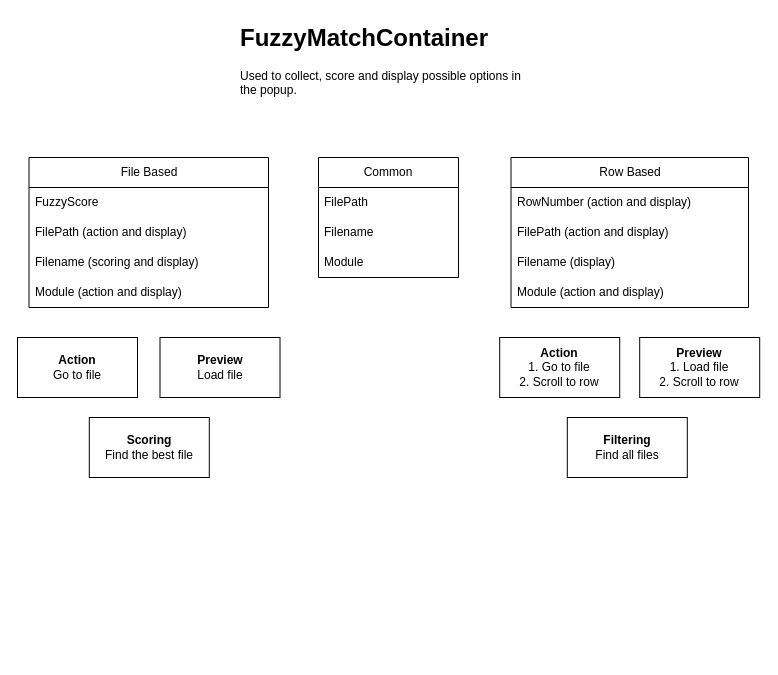
Above: assets/ContainerComparison.drawio in MituuZ/fuzzier (draw.io), before the change. Source tidied: cells renumbered, new cells numbered last; positions are measured from the earlier drawing's top-left corner, leaving out a move shared by most shapes. Both pictures are drawn from the tidied source at 100%, with x=0, y=0 at pixel (17, 17).
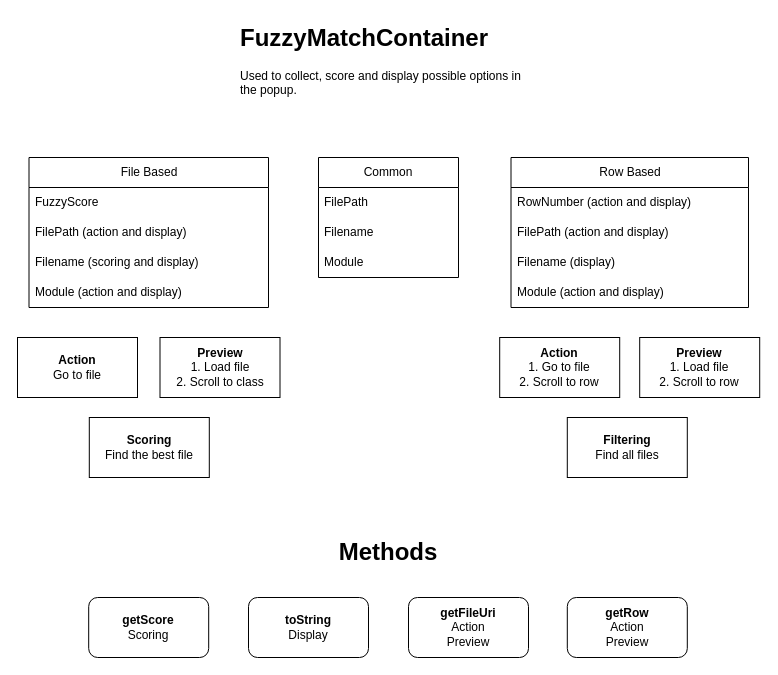
Above is the later version.

Commit message:
List methods

The edit, as a diff of the source:
```diff
@@
-    <mxCell id="16" value="&lt;b&gt;Preview&lt;/b&gt;&lt;br&gt;Load file" style="rounded=0;whiteSpace=wrap;html=1;" parent="1" vertex="1">
+    <mxCell id="16" value="&lt;b&gt;Preview&lt;/b&gt;&lt;br&gt;1. Load file&lt;br&gt;2. Scroll to class" style="rounded=0;whiteSpace=wrap;html=1;" parent="1" vertex="1">
       <mxGeometry x="142.5" y="320" width="120" height="60" as="geometry" />
     </mxCell>
@@
+    <mxCell id="23" value="&lt;b&gt;toString&lt;/b&gt;&lt;br&gt;Display" style="rounded=1;whiteSpace=wrap;html=1;" parent="1" vertex="1">
+      <mxGeometry x="231" y="580" width="120" height="60" as="geometry" />
+    </mxCell>
+    <mxCell id="24" value="&lt;b&gt;getFileUri&lt;/b&gt;&lt;br&gt;Action&lt;br&gt;Preview" style="rounded=1;whiteSpace=wrap;html=1;" parent="1" vertex="1">
+      <mxGeometry x="391" y="580" width="120" height="60" as="geometry" />
+    </mxCell>
+    <mxCell id="25" value="&lt;b&gt;getScore&lt;/b&gt;&lt;br&gt;Scoring" style="rounded=1;whiteSpace=wrap;html=1;" parent="1" vertex="1">
+      <mxGeometry x="71.2" y="580" width="120" height="60" as="geometry" />
+    </mxCell>
+    <mxCell id="26" value="Methods" style="text;html=1;align=center;verticalAlign=middle;whiteSpace=wrap;rounded=0;fontSize=24;fontStyle=1;" parent="1" vertex="1">
+      <mxGeometry x="271" y="520" width="200" height="30" as="geometry" />
+    </mxCell>
+    <mxCell id="27" value="&lt;div&gt;&lt;b&gt;getRow&lt;/b&gt;&lt;/div&gt;Action&lt;br&gt;Preview" style="rounded=1;whiteSpace=wrap;html=1;" parent="1" vertex="1">
+      <mxGeometry x="549.8" y="580" width="120" height="60" as="geometry" />
+    </mxCell>
```
